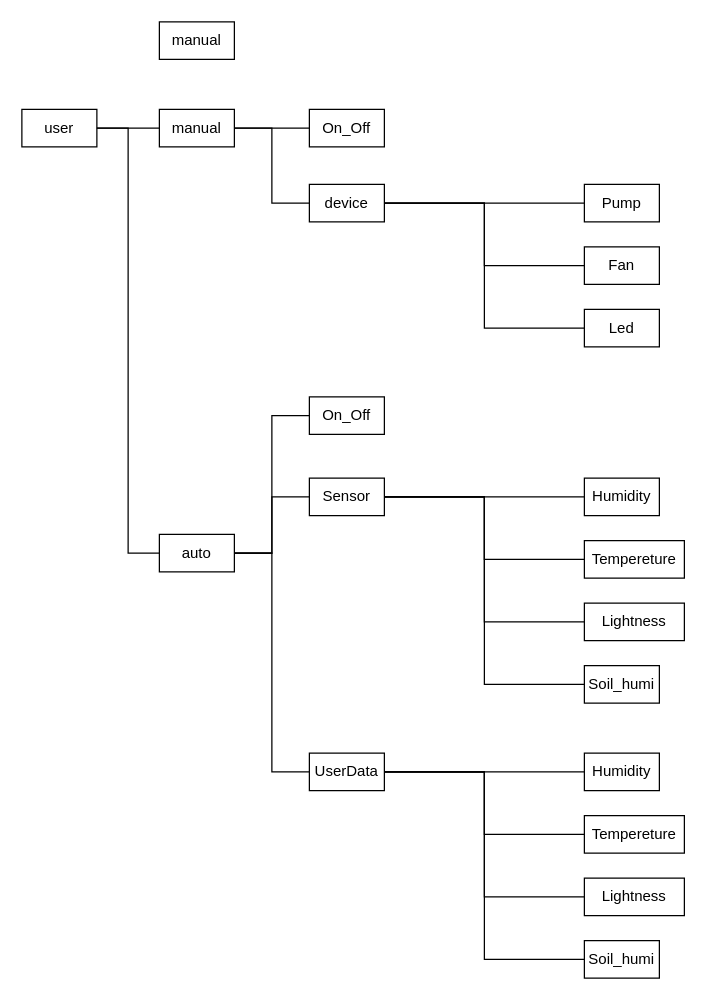
This is 6주차/데이터베이스_저장트리.drawio from sonmyungwon/Software-Development, a draw.io file, before an edit. Source tidied: cells renumbered, new cells numbered last; positions are measured from the earlier drawing's top-left corner, leaving out a move shared by most shapes. Both pictures are drawn from the tidied source at 125%, with x=0, y=0 at pixel (21, 21).
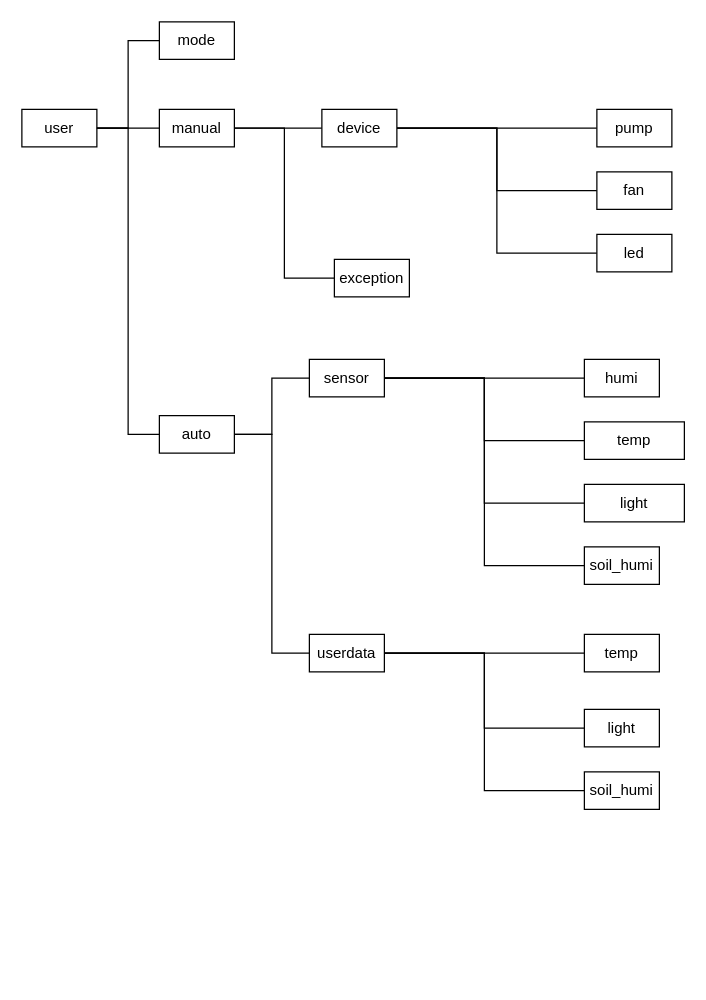
The same page after the edit.

Commit message:
데이터베이스_저장트리.drawio 업데이트

The change refers to these unchanged cells:
```xml
<mxCell id="2" value="user" style="rounded=0;whiteSpace=wrap;html=1;" parent="1" vertex="1">
  <mxGeometry y="70" width="60" height="30" as="geometry" />
</mxCell>
<mxCell id="5" value="manual" style="rounded=0;whiteSpace=wrap;html=1;" parent="1" vertex="1">
  <mxGeometry x="110" y="70" width="60" height="30" as="geometry" />
</mxCell>
```

Diff of the diagram source:
```diff
@@
-    <mxCell id="3" style="edgeStyle=orthogonalEdgeStyle;rounded=0;jettySize=auto;html=1;exitX=1;exitY=0.5;exitDx=0;exitDy=0;entryX=0;entryY=0.5;entryDx=0;entryDy=0;endArrow=none;endFill=0;" parent="1" edge="1" source="5" target="22">
-      <mxGeometry relative="1" as="geometry" />
-    </mxCell>
-    <mxCell id="4" style="edgeStyle=orthogonalEdgeStyle;rounded=0;jettySize=auto;html=1;exitX=1;exitY=0.5;exitDx=0;exitDy=0;entryX=0;entryY=0.5;entryDx=0;entryDy=0;endArrow=none;endFill=0;" parent="1" edge="1" source="5" target="26">
-      <mxGeometry relative="1" as="geometry" />
+    <mxCell id="4" style="edgeStyle=orthogonalEdgeStyle;rounded=0;jettySize=auto;html=1;exitX=1;exitY=0.5;exitDx=0;exitDy=0;endArrow=none;endFill=0;" parent="1" edge="1" source="5">
+      <mxGeometry relative="1" as="geometry">
+        <mxPoint x="240" y="85" as="targetPoint" />
+      </mxGeometry>
     </mxCell>
+    <mxCell id="40" style="edgeStyle=orthogonalEdgeStyle;rounded=0;jettySize=auto;html=1;exitX=1;exitY=0.5;exitDx=0;exitDy=0;entryX=0;entryY=0.5;entryDx=0;entryDy=0;endArrow=none;endFill=0;" parent="1" edge="1" source="5" target="42">
+      <mxGeometry relative="1" as="geometry" />
+    </mxCell>
@@
-    <mxCell id="6" style="edgeStyle=orthogonalEdgeStyle;rounded=0;jettySize=auto;html=1;exitX=1;exitY=0.5;exitDx=0;exitDy=0;entryX=0;entryY=0.5;entryDx=0;entryDy=0;endArrow=none;endFill=0;" parent="1" edge="1" source="9" target="15">
-      <mxGeometry relative="1" as="geometry" />
-    </mxCell>
@@
     <mxCell id="9" value="auto" style="rounded=0;whiteSpace=wrap;html=1;" parent="1" vertex="1">
-      <mxGeometry x="110" y="410" width="60" height="30" as="geometry" />
+      <mxGeometry x="110" y="315" width="60" height="30" as="geometry" />
     </mxCell>
@@
-    <mxCell id="14" value="Sensor" style="rounded=0;whiteSpace=wrap;html=1;" parent="1" vertex="1">
-      <mxGeometry x="230" y="365" width="60" height="30" as="geometry" />
+    <mxCell id="14" value="sensor" style="rounded=0;whiteSpace=wrap;html=1;" parent="1" vertex="1">
+      <mxGeometry x="230" y="270" width="60" height="30" as="geometry" />
     </mxCell>
-    <mxCell id="15" value="On_Off" style="rounded=0;whiteSpace=wrap;html=1;" parent="1" vertex="1">
-      <mxGeometry x="230" y="300" width="60" height="30" as="geometry" />
-    </mxCell>
@@
-    <mxCell id="17" style="edgeStyle=orthogonalEdgeStyle;rounded=0;jettySize=auto;html=1;exitX=1;exitY=0.5;exitDx=0;exitDy=0;entryX=0;entryY=0.5;entryDx=0;entryDy=0;endArrow=none;endFill=0;" parent="1" edge="1" source="21" target="34">
-      <mxGeometry relative="1" as="geometry" />
-    </mxCell>
@@
-    <mxCell id="21" value="UserData" style="rounded=0;whiteSpace=wrap;html=1;" parent="1" vertex="1">
-      <mxGeometry x="230" y="585" width="60" height="30" as="geometry" />
+    <mxCell id="21" value="userdata" style="rounded=0;whiteSpace=wrap;html=1;" parent="1" vertex="1">
+      <mxGeometry x="230" y="490" width="60" height="30" as="geometry" />
     </mxCell>
-    <mxCell id="22" value="On_Off" style="rounded=0;whiteSpace=wrap;html=1;" parent="1" vertex="1">
-      <mxGeometry x="230" y="70" width="60" height="30" as="geometry" />
-    </mxCell>
@@
     <mxCell id="26" value="device" style="rounded=0;whiteSpace=wrap;html=1;" parent="1" vertex="1">
-      <mxGeometry x="230" y="130" width="60" height="30" as="geometry" />
+      <mxGeometry x="240" y="70" width="60" height="30" as="geometry" />
     </mxCell>
-    <mxCell id="27" value="Fan" style="rounded=0;whiteSpace=wrap;html=1;" parent="1" vertex="1">
-      <mxGeometry x="450" y="180" width="60" height="30" as="geometry" />
+    <mxCell id="27" value="fan" style="rounded=0;whiteSpace=wrap;html=1;" parent="1" vertex="1">
+      <mxGeometry x="460" y="120" width="60" height="30" as="geometry" />
     </mxCell>
-    <mxCell id="28" value="Pump" style="rounded=0;whiteSpace=wrap;html=1;" parent="1" vertex="1">
-      <mxGeometry x="450" y="130" width="60" height="30" as="geometry" />
+    <mxCell id="28" value="pump" style="rounded=0;whiteSpace=wrap;html=1;" parent="1" vertex="1">
+      <mxGeometry x="460" y="70" width="60" height="30" as="geometry" />
     </mxCell>
-    <mxCell id="29" value="Led" style="rounded=0;whiteSpace=wrap;html=1;" parent="1" vertex="1">
-      <mxGeometry x="450" y="230" width="60" height="30" as="geometry" />
+    <mxCell id="29" value="led" style="rounded=0;whiteSpace=wrap;html=1;" parent="1" vertex="1">
+      <mxGeometry x="460" y="170" width="60" height="30" as="geometry" />
     </mxCell>
-    <mxCell id="30" value="Tempereture" style="rounded=0;whiteSpace=wrap;html=1;" parent="1" vertex="1">
-      <mxGeometry x="450" y="415" width="80" height="30" as="geometry" />
+    <mxCell id="30" value="temp" style="rounded=0;whiteSpace=wrap;html=1;" parent="1" vertex="1">
+      <mxGeometry x="450" y="320" width="80" height="30" as="geometry" />
     </mxCell>
-    <mxCell id="31" value="Humidity" style="rounded=0;whiteSpace=wrap;html=1;" parent="1" vertex="1">
-      <mxGeometry x="450" y="365" width="60" height="30" as="geometry" />
+    <mxCell id="31" value="humi" style="rounded=0;whiteSpace=wrap;html=1;" parent="1" vertex="1">
+      <mxGeometry x="450" y="270" width="60" height="30" as="geometry" />
     </mxCell>
-    <mxCell id="32" value="Lightness" style="rounded=0;whiteSpace=wrap;html=1;" parent="1" vertex="1">
-      <mxGeometry x="450" y="465" width="80" height="30" as="geometry" />
+    <mxCell id="32" value="light" style="rounded=0;whiteSpace=wrap;html=1;" parent="1" vertex="1">
+      <mxGeometry x="450" y="370" width="80" height="30" as="geometry" />
     </mxCell>
-    <mxCell id="33" value="Soil_humi" style="rounded=0;whiteSpace=wrap;html=1;" parent="1" vertex="1">
-      <mxGeometry x="450" y="515" width="60" height="30" as="geometry" />
+    <mxCell id="33" value="soil_humi" style="rounded=0;whiteSpace=wrap;html=1;" parent="1" vertex="1">
+      <mxGeometry x="450" y="420" width="60" height="30" as="geometry" />
     </mxCell>
-    <mxCell id="34" value="Tempereture" style="rounded=0;whiteSpace=wrap;html=1;" parent="1" vertex="1">
-      <mxGeometry x="450" y="635" width="80" height="30" as="geometry" />
-    </mxCell>
-    <mxCell id="35" value="Humidity" style="rounded=0;whiteSpace=wrap;html=1;" parent="1" vertex="1">
-      <mxGeometry x="450" y="585" width="60" height="30" as="geometry" />
+    <mxCell id="35" value="temp" style="rounded=0;whiteSpace=wrap;html=1;" parent="1" vertex="1">
+      <mxGeometry x="450" y="490" width="60" height="30" as="geometry" />
     </mxCell>
-    <mxCell id="36" value="Lightness" style="rounded=0;whiteSpace=wrap;html=1;" parent="1" vertex="1">
-      <mxGeometry x="450" y="685" width="80" height="30" as="geometry" />
+    <mxCell id="36" value="light" style="rounded=0;whiteSpace=wrap;html=1;" parent="1" vertex="1">
+      <mxGeometry x="450" y="550" width="60" height="30" as="geometry" />
     </mxCell>
-    <mxCell id="37" value="Soil_humi" style="rounded=0;whiteSpace=wrap;html=1;" parent="1" vertex="1">
-      <mxGeometry x="450" y="735" width="60" height="30" as="geometry" />
+    <mxCell id="37" value="soil_humi" style="rounded=0;whiteSpace=wrap;html=1;" parent="1" vertex="1">
+      <mxGeometry x="450" y="600" width="60" height="30" as="geometry" />
     </mxCell>
@@
+    <mxCell id="41" style="edgeStyle=orthogonalEdgeStyle;rounded=0;jettySize=auto;html=1;exitX=0;exitY=0.5;exitDx=0;exitDy=0;entryX=1;entryY=0.5;entryDx=0;entryDy=0;endArrow=none;endFill=0;" parent="1" edge="1" source="39" target="2">
+      <mxGeometry relative="1" as="geometry" />
+    </mxCell>
-    <mxCell id="39" value="manual" style="rounded=0;whiteSpace=wrap;html=1;" parent="1" vertex="1">
+    <mxCell id="39" value="mode" style="rounded=0;whiteSpace=wrap;html=1;" parent="1" vertex="1">
       <mxGeometry x="110" width="60" height="30" as="geometry" />
     </mxCell>
+    <mxCell id="42" value="exception" style="rounded=0;whiteSpace=wrap;html=1;" parent="1" vertex="1">
+      <mxGeometry x="250" y="190" width="60" height="30" as="geometry" />
+    </mxCell>
```
